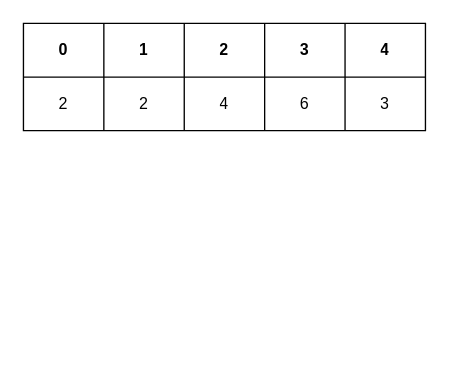
ChrisFynnWang/algorithm keeps this draw.io diagram as 0-1背包问题.drawio. Above is the earlier version. Source tidied: cells renumbered, new cells numbered last; positions are measured from the earlier drawing's top-left corner, leaving out a move shared by most shapes. Both pictures are drawn from the tidied source at 134%, with x=0, y=0 at pixel (23, 23).
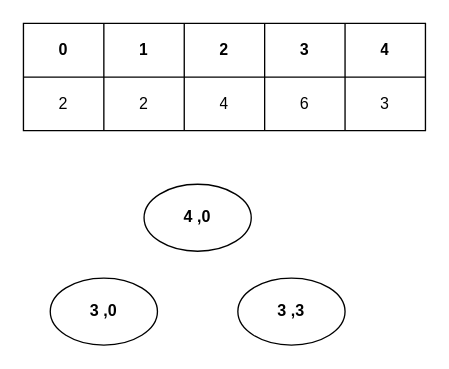
Above is the later version.

Commit message (it also covers changes not shown here):
更新0-1背包问题.drawio

The edit, as a diff of the source:
```diff
@@
 <mxGraphModel>
   <root>
     <mxCell id="0" />
     <mxCell id="1" parent="0" />
     <mxCell id="2" style="shape=table;startSize=0;childLayout=tableLayout;" parent="1" vertex="1">
       <mxGeometry width="300" height="80" as="geometry" />
     </mxCell>
     <mxCell id="3" style="shape=tableRow;horizontal=0;startSize=0;swimlaneHead=0;swimlaneBody=0;top=0;left=0;bottom=0;right=0;fillColor=none;" parent="2" vertex="1">
       <mxGeometry width="300" height="40" as="geometry" />
     </mxCell>
     <mxCell id="4" value="0" style="shape=partialRectangle;html=1;whiteSpace=wrap;overflow=hidden;fillColor=none;top=0;left=0;bottom=0;right=0;fontStyle=1;" parent="3" vertex="1">
       <mxGeometry width="60" height="40" as="geometry" />
     </mxCell>
     <mxCell id="5" value="1" style="shape=partialRectangle;html=1;whiteSpace=wrap;overflow=hidden;fillColor=none;top=0;left=0;bottom=0;right=0;fontStyle=1;" parent="3" vertex="1">
       <mxGeometry x="60" width="60" height="40" as="geometry" />
     </mxCell>
     <mxCell id="6" value="2" style="shape=partialRectangle;html=1;whiteSpace=wrap;overflow=hidden;fillColor=none;top=0;left=0;bottom=0;right=0;fontStyle=1;" parent="3" vertex="1">
       <mxGeometry x="120" width="60" height="40" as="geometry" />
     </mxCell>
     <mxCell id="7" value="3" style="shape=partialRectangle;html=1;whiteSpace=wrap;overflow=hidden;fillColor=none;top=0;left=0;bottom=0;right=0;fontStyle=1;" parent="3" vertex="1">
       <mxGeometry x="180" width="60" height="40" as="geometry" />
     </mxCell>
     <mxCell id="8" value="4" style="shape=partialRectangle;html=1;whiteSpace=wrap;overflow=hidden;fillColor=none;top=0;left=0;bottom=0;right=0;fontStyle=1;" parent="3" vertex="1">
       <mxGeometry x="240" width="60" height="40" as="geometry" />
     </mxCell>
     <mxCell id="9" style="shape=tableRow;horizontal=0;startSize=0;swimlaneHead=0;swimlaneBody=0;top=0;left=0;bottom=0;right=0;fillColor=none;" parent="2" vertex="1">
       <mxGeometry y="40" width="300" height="40" as="geometry" />
     </mxCell>
     <mxCell id="10" value="2" style="shape=partialRectangle;html=1;whiteSpace=wrap;overflow=hidden;fillColor=none;top=0;left=0;bottom=0;right=0;" parent="9" vertex="1">
       <mxGeometry width="60" height="40" as="geometry" />
     </mxCell>
     <mxCell id="11" value="2" style="shape=partialRectangle;html=1;whiteSpace=wrap;overflow=hidden;fillColor=none;top=0;left=0;bottom=0;right=0;" parent="9" vertex="1">
       <mxGeometry x="60" width="60" height="40" as="geometry" />
     </mxCell>
     <mxCell id="12" value="4" style="shape=partialRectangle;html=1;whiteSpace=wrap;overflow=hidden;fillColor=none;top=0;left=0;bottom=0;right=0;" parent="9" vertex="1">
       <mxGeometry x="120" width="60" height="40" as="geometry" />
     </mxCell>
     <mxCell id="13" value="6" style="shape=partialRectangle;html=1;whiteSpace=wrap;overflow=hidden;fillColor=none;top=0;left=0;bottom=0;right=0;" parent="9" vertex="1">
       <mxGeometry x="180" width="60" height="40" as="geometry" />
     </mxCell>
     <mxCell id="14" value="3" style="shape=partialRectangle;html=1;whiteSpace=wrap;overflow=hidden;fillColor=none;top=0;left=0;bottom=0;right=0;" parent="9" vertex="1">
       <mxGeometry x="240" width="60" height="40" as="geometry" />
     </mxCell>
+    <mxCell id="15" value="4 ,0" style="ellipse;whiteSpace=wrap;html=1;fontStyle=1;" parent="1" vertex="1">
+      <mxGeometry x="90" y="120" width="80" height="50" as="geometry" />
+    </mxCell>
+    <mxCell id="16" value="3 ,0" style="ellipse;whiteSpace=wrap;html=1;fontStyle=1;" parent="1" vertex="1">
+      <mxGeometry x="20" y="190" width="80" height="50" as="geometry" />
+    </mxCell>
+    <mxCell id="17" value="3 ,3" style="ellipse;whiteSpace=wrap;html=1;fontStyle=1;" parent="1" vertex="1">
+      <mxGeometry x="160" y="190" width="80" height="50" as="geometry" />
+    </mxCell>
   </root>
 </mxGraphModel>
```
